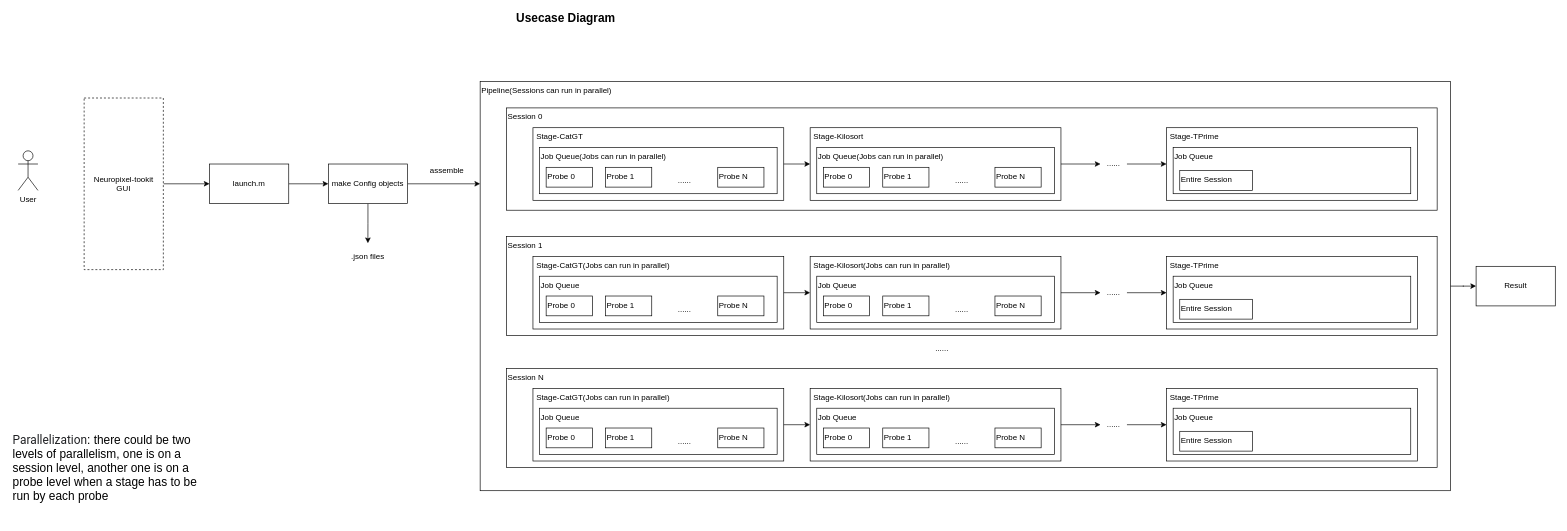
The draw.io diagram docs/usecase_diagram.drawio in MATLAB-Community-Toolboxes-at-INCF/neuropixels-toolkit, before the edit. Source tidied: cells renumbered, new cells numbered last; positions are measured from the earlier drawing's top-left corner, leaving out a move shared by most shapes. Both pictures are drawn from the tidied source at 66%, with x=0, y=0 at pixel (11, 12).
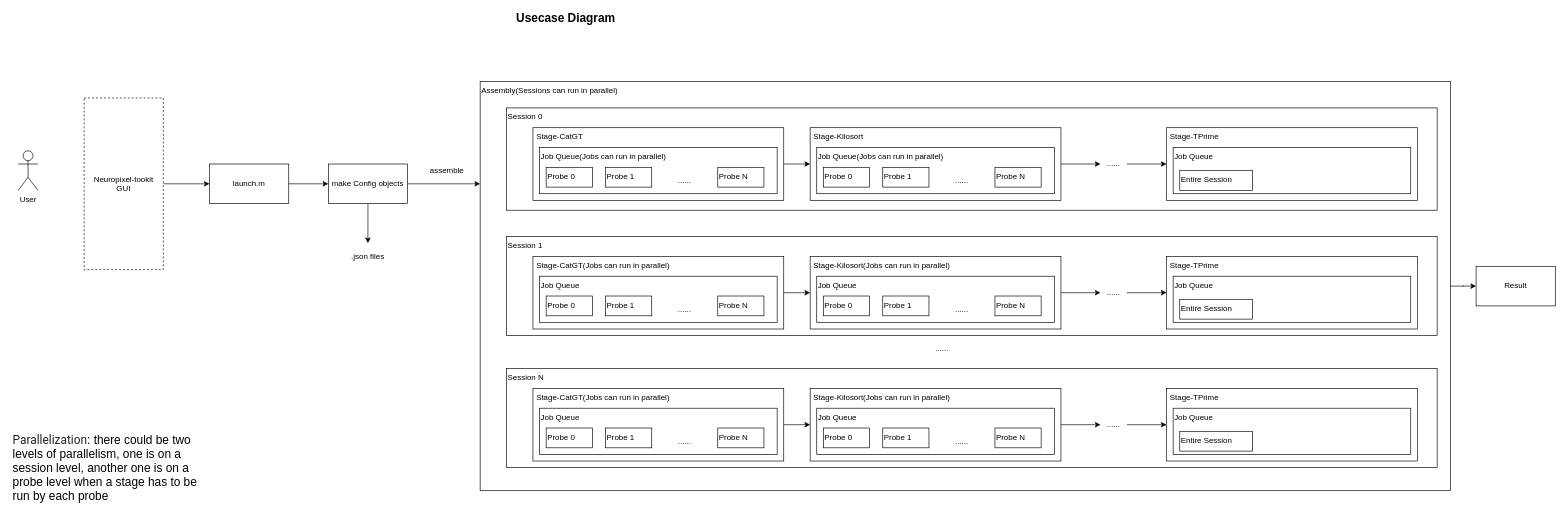
After the change.

Change to the diagram source:
```diff
@@
-    <mxCell id="3" value="Pipeline(Sessions can run in parallel)" style="rounded=0;whiteSpace=wrap;html=1;align=left;verticalAlign=top;" parent="1" vertex="1">
+    <mxCell id="3" value="Assembly(Sessions can run in parallel)" style="rounded=0;whiteSpace=wrap;html=1;align=left;verticalAlign=top;" parent="1" vertex="1">
       <mxGeometry x="710" y="105" width="1470" height="620" as="geometry" />
     </mxCell>
```
